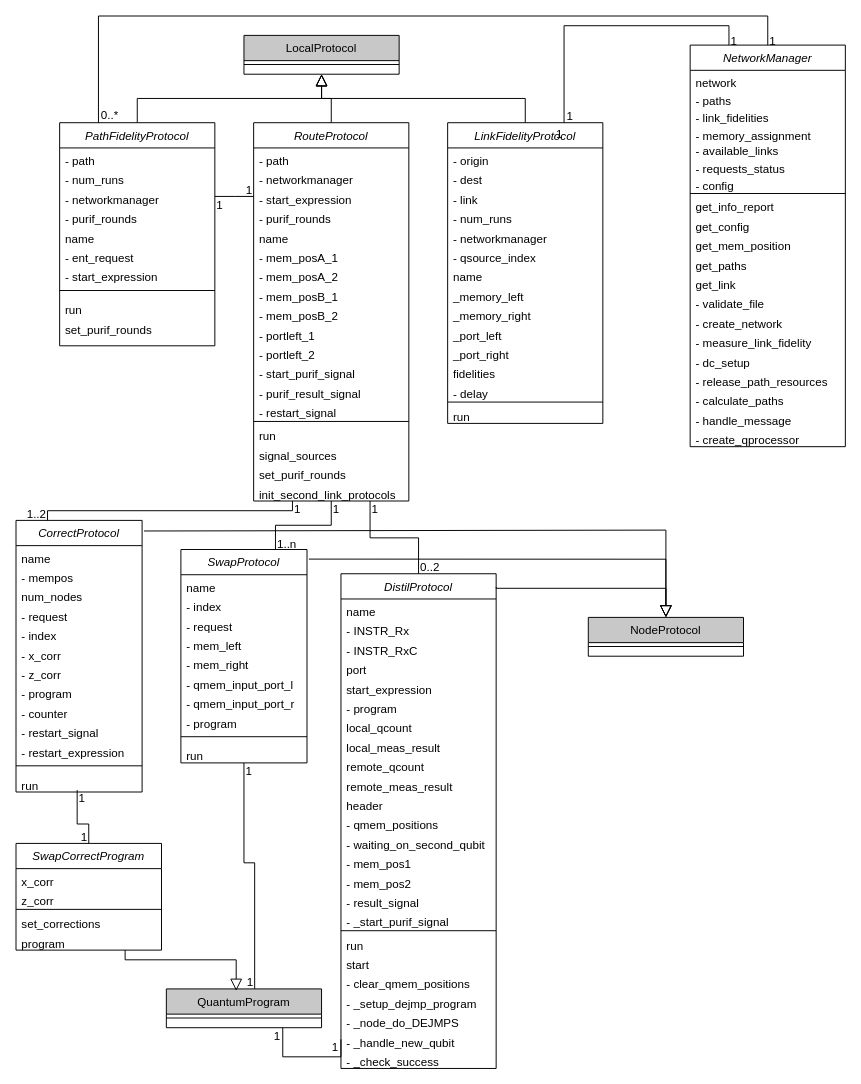
Earlier version of the draw.io diagram Diagramas/Clase/tec-NetWorkManager.drawio (davidpcuvigo/quantumcity). Source tidied: cells renumbered, new cells numbered last; positions are measured from the earlier drawing's top-left corner, leaving out a move shared by most shapes. Both pictures are drawn from the tidied source at 97%, with x=0, y=0 at pixel (16, 16).
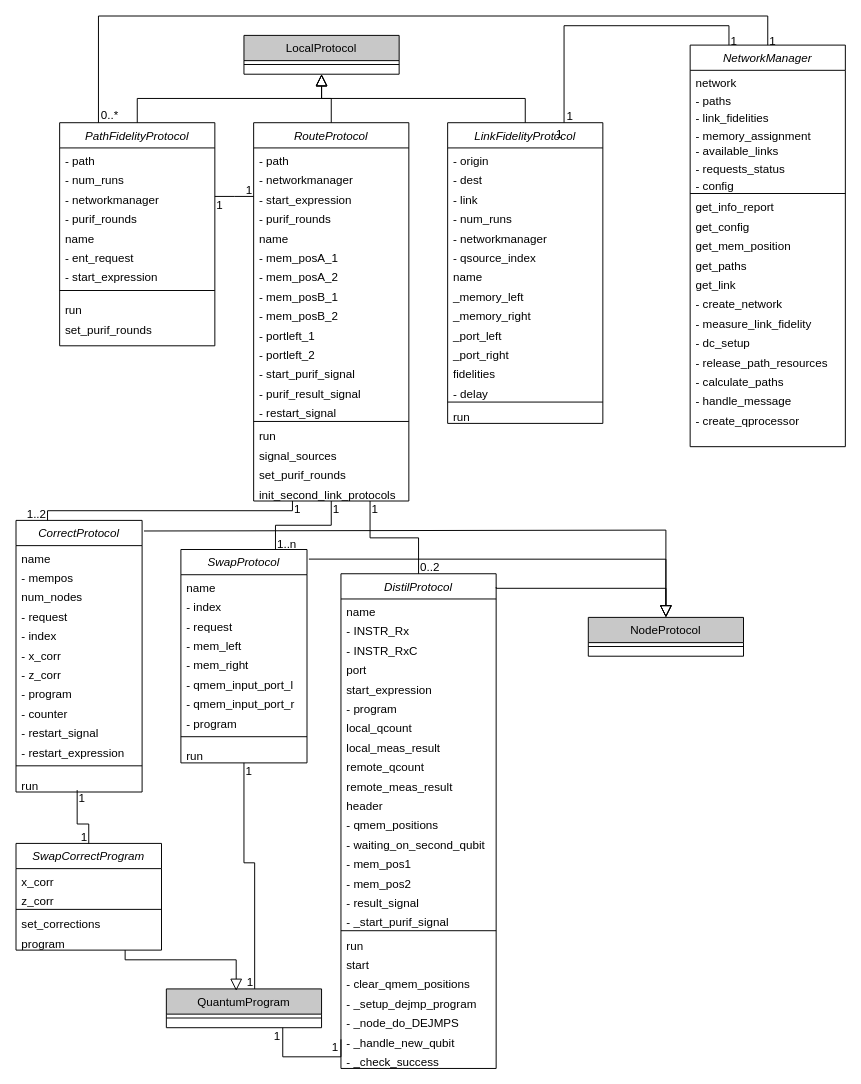
After the change.

Unchanged cells that the change refers to:
```xml
<mxCell id="78" value="NetworkManager" style="swimlane;fontStyle=2;align=center;verticalAlign=top;horizontal=1;startSize=26;rounded=0;shadow=0;strokeWidth=1;" parent="1" vertex="1">
  <mxGeometry x="695" y="30" width="160" height="414" as="geometry" />
</mxCell>
```

What changed in the source:
```diff
@@
-    <mxCell id="92" value="- validate_file" style="text;align=left;verticalAlign=top;spacingLeft=4;spacingRight=4;overflow=hidden;" parent="78" vertex="1">
-      <mxGeometry y="254" width="160" height="20" as="geometry" />
-    </mxCell>
     <mxCell id="93" value="- create_network" style="text;align=left;verticalAlign=top;spacingLeft=4;spacingRight=4;overflow=hidden;" parent="78" vertex="1">
-      <mxGeometry y="274" width="160" height="20" as="geometry" />
+      <mxGeometry y="254" width="160" height="20" as="geometry" />
     </mxCell>
     <mxCell id="94" value="- measure_link_fidelity" style="text;align=left;verticalAlign=top;spacingLeft=4;spacingRight=4;overflow=hidden;" parent="78" vertex="1">
-      <mxGeometry y="294" width="160" height="20" as="geometry" />
+      <mxGeometry y="274" width="160" height="20" as="geometry" />
     </mxCell>
     <mxCell id="95" value="- dc_setup" style="text;align=left;verticalAlign=top;spacingLeft=4;spacingRight=4;overflow=hidden;" parent="78" vertex="1">
-      <mxGeometry y="314" width="160" height="20" as="geometry" />
+      <mxGeometry y="294" width="160" height="20" as="geometry" />
     </mxCell>
     <mxCell id="96" value="- release_path_resources" style="text;align=left;verticalAlign=top;spacingLeft=4;spacingRight=4;overflow=hidden;" parent="78" vertex="1">
-      <mxGeometry y="334" width="160" height="20" as="geometry" />
+      <mxGeometry y="314" width="160" height="20" as="geometry" />
     </mxCell>
     <mxCell id="97" value="- calculate_paths" style="text;align=left;verticalAlign=top;spacingLeft=4;spacingRight=4;overflow=hidden;" parent="78" vertex="1">
-      <mxGeometry y="354" width="160" height="20" as="geometry" />
+      <mxGeometry y="334" width="160" height="20" as="geometry" />
     </mxCell>
     <mxCell id="98" value="- handle_message" style="text;align=left;verticalAlign=top;spacingLeft=4;spacingRight=4;overflow=hidden;" parent="78" vertex="1">
-      <mxGeometry y="374" width="160" height="20" as="geometry" />
+      <mxGeometry y="354" width="160" height="20" as="geometry" />
     </mxCell>
     <mxCell id="99" value="- create_qprocessor" style="text;align=left;verticalAlign=top;spacingLeft=4;spacingRight=4;overflow=hidden;" parent="78" vertex="1">
-      <mxGeometry y="394" width="160" height="20" as="geometry" />
+      <mxGeometry y="374" width="160" height="20" as="geometry" />
     </mxCell>
```
